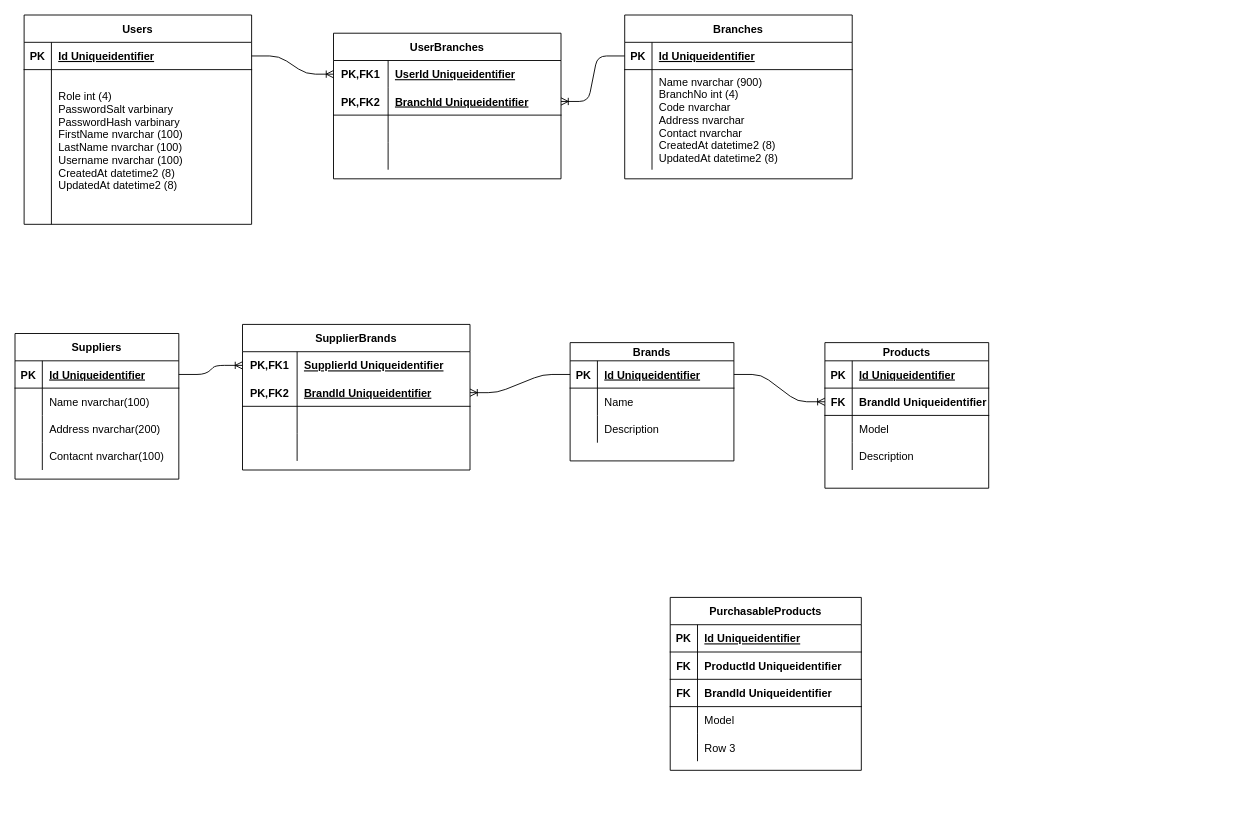
The draw.io diagram diagrams/Database Diagram.drawio in inyormanjr/CA.ERP, before the edit. Source tidied: cells renumbered, new cells numbered last; positions are measured from the earlier drawing's top-left corner, leaving out a move shared by most shapes. Both pictures are drawn from the tidied source at 91%, with x=0, y=0 at pixel (15, 15).
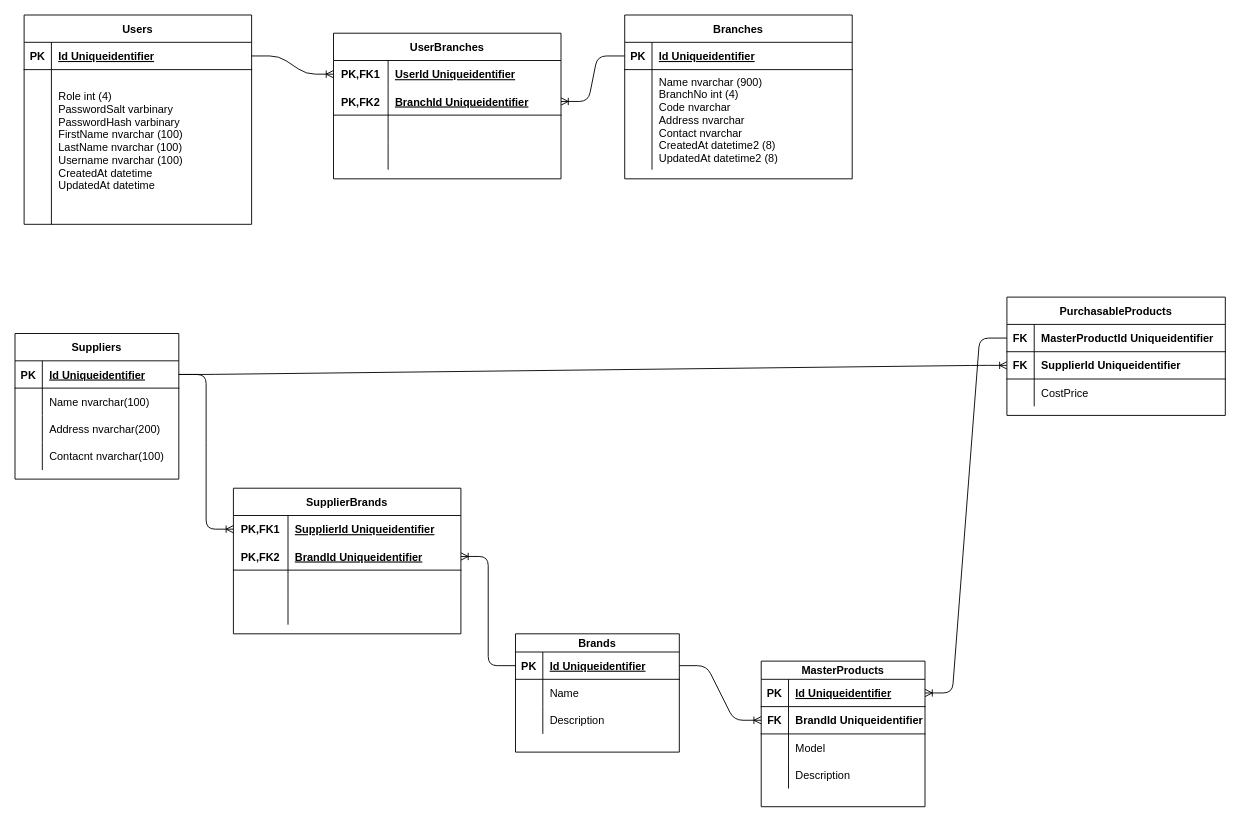
The same diagram, later.

The change refers to these unchanged cells:
```xml
<mxCell id="13" style="shape=partialRectangle;fillColor=none;top=0;left=0;right=0;bottom=0;" parent="9" vertex="1">
  <mxGeometry y="60" width="250" height="170" as="geometry" />
</mxCell>
<mxCell id="32" style="shape=partialRectangle;fillColor=none;top=0;left=0;bottom=1;right=0;points=[[0,0.5],[1,0.5]];portConstraint=eastwest;" parent="31" vertex="1">
  <mxGeometry y="30" width="180" height="30" as="geometry" />
</mxCell>
<mxCell id="71" style="shape=partialRectangle;fillColor=none;top=0;left=0;bottom=0;right=0;points=[[0,0.5],[1,0.5]];portConstraint=eastwest;" parent="70" vertex="1">
  <mxGeometry y="30" width="250" height="30" as="geometry" />
</mxCell>
<mxCell id="87" style="shape=partialRectangle;fillColor=none;top=0;left=0;bottom=1;right=0;points=[[0,0.5],[1,0.5]];portConstraint=eastwest;" parent="86" vertex="1">
  <mxGeometry y="20" width="180" height="30" as="geometry" />
</mxCell>
```

Diff of the diagram source:
```diff
@@
-    <mxCell id="15" value="Role int (4)&#10;PasswordSalt varbinary &#10;PasswordHash varbinary &#10;FirstName nvarchar (100)&#10;LastName nvarchar (100)&#10;Username nvarchar (100)&#10;CreatedAt datetime2 (8)&#10;UpdatedAt datetime2 (8)&#10;" style="shape=partialRectangle;overflow=hidden;fillColor=none;top=0;left=0;bottom=0;right=0;align=left;spacingLeft=6;" parent="13" vertex="1">
+    <mxCell id="15" value="Role int (4)&#10;PasswordSalt varbinary &#10;PasswordHash varbinary &#10;FirstName nvarchar (100)&#10;LastName nvarchar (100)&#10;Username nvarchar (100)&#10;CreatedAt datetime&#10;UpdatedAt datetime&#10;" style="shape=partialRectangle;overflow=hidden;fillColor=none;top=0;left=0;bottom=0;right=0;align=left;spacingLeft=6;" parent="13" vertex="1">
       <mxGeometry x="30" width="220" height="170" as="geometry" />
     </mxCell>
@@
     <mxCell id="44" value="Brands" style="shape=table;startSize=20;childLayout=tableLayout;rowLines=0;fontStyle=1;align=center;" parent="1" vertex="1">
-      <mxGeometry x="610" y="360" width="180" height="130" as="geometry" />
+      <mxGeometry x="550" y="680" width="180" height="130" as="geometry" />
     </mxCell>
@@
     <mxCell id="54" value="PurchasableProducts" style="shape=table;startSize=30;childLayout=tableLayout;rowLines=0;fontStyle=1;align=center;" parent="1" vertex="1">
-      <mxGeometry x="720" y="640" width="210" height="190" as="geometry" />
+      <mxGeometry x="1090" y="310" width="240" height="130" as="geometry" />
     </mxCell>
-    <mxCell id="55" style="shape=partialRectangle;fillColor=none;top=0;left=0;bottom=1;right=0;" parent="54" vertex="1">
-      <mxGeometry y="30" width="210" height="30" as="geometry" />
-    </mxCell>
-    <mxCell id="56" value="PK" style="shape=partialRectangle;fillColor=none;top=0;left=0;bottom=0;right=0;fontStyle=1;overflow=hidden;" parent="55" vertex="1">
-      <mxGeometry width="30" height="30" as="geometry" />
-    </mxCell>
-    <mxCell id="57" value="Id Uniqueidentifier" style="shape=partialRectangle;fillColor=none;top=0;left=0;bottom=0;right=0;align=left;spacingLeft=6;fontStyle=5;overflow=hidden;" parent="55" vertex="1">
-      <mxGeometry x="30" width="180" height="30" as="geometry" />
-    </mxCell>
     <mxCell id="58" style="shape=partialRectangle;fillColor=none;top=0;left=0;bottom=1;right=0;points=[[0,0.5],[1,0.5]];portConstraint=eastwest;" parent="54" vertex="1">
-      <mxGeometry y="60" width="210" height="30" as="geometry" />
+      <mxGeometry y="30" width="240" height="30" as="geometry" />
     </mxCell>
@@
-    <mxCell id="60" value="ProductId Uniqueidentifier" style="shape=partialRectangle;fillColor=none;top=0;left=0;bottom=0;right=0;align=left;spacingLeft=6;overflow=hidden;fontStyle=1;" parent="58" vertex="1">
-      <mxGeometry x="30" width="180" height="30" as="geometry" />
+    <mxCell id="60" value="MasterProductId Uniqueidentifier" style="shape=partialRectangle;fillColor=none;top=0;left=0;bottom=0;right=0;align=left;spacingLeft=6;overflow=hidden;fontStyle=1;" parent="58" vertex="1">
+      <mxGeometry x="30" width="210" height="30" as="geometry" />
     </mxCell>
     <mxCell id="61" style="shape=partialRectangle;fillColor=none;top=0;left=0;bottom=1;right=0;points=[[0,0.5],[1,0.5]];portConstraint=eastwest;" parent="54" vertex="1">
-      <mxGeometry y="90" width="210" height="30" as="geometry" />
+      <mxGeometry y="60" width="240" height="30" as="geometry" />
     </mxCell>
@@
-    <mxCell id="63" value="BrandId Uniqueidentifier" style="shape=partialRectangle;fillColor=none;top=0;left=0;bottom=0;right=0;align=left;spacingLeft=6;overflow=hidden;fontStyle=1;" parent="61" vertex="1">
-      <mxGeometry x="30" width="180" height="30" as="geometry" />
+    <mxCell id="63" value="SupplierId Uniqueidentifier" style="shape=partialRectangle;fillColor=none;top=0;left=0;bottom=0;right=0;align=left;spacingLeft=6;overflow=hidden;fontStyle=1;" parent="61" vertex="1">
+      <mxGeometry x="30" width="210" height="30" as="geometry" />
     </mxCell>
     <mxCell id="64" style="shape=partialRectangle;fillColor=none;top=0;left=0;bottom=0;right=0;" parent="54" vertex="1">
-      <mxGeometry y="120" width="210" height="30" as="geometry" />
+      <mxGeometry y="90" width="240" height="30" as="geometry" />
     </mxCell>
@@
-    <mxCell id="66" value="Model" style="shape=partialRectangle;fillColor=none;top=0;left=0;bottom=0;right=0;align=left;spacingLeft=6;overflow=hidden;" parent="64" vertex="1">
-      <mxGeometry x="30" width="180" height="30" as="geometry" />
+    <mxCell id="66" value="CostPrice" style="shape=partialRectangle;fillColor=none;top=0;left=0;bottom=0;right=0;align=left;spacingLeft=6;overflow=hidden;" parent="64" vertex="1">
+      <mxGeometry x="30" width="210" height="30" as="geometry" />
     </mxCell>
-    <mxCell id="67" style="shape=partialRectangle;fillColor=none;top=0;left=0;bottom=0;right=0;" parent="54" vertex="1">
-      <mxGeometry y="150" width="210" height="30" as="geometry" />
-    </mxCell>
-    <mxCell id="68" style="shape=partialRectangle;fillColor=none;top=0;left=0;bottom=0;right=0;overflow=hidden;" parent="67" vertex="1">
-      <mxGeometry width="30" height="30" as="geometry" />
-    </mxCell>
-    <mxCell id="69" value="Row 3" style="shape=partialRectangle;fillColor=none;top=0;left=0;bottom=0;right=0;align=left;spacingLeft=6;overflow=hidden;" parent="67" vertex="1">
-      <mxGeometry x="30" width="180" height="30" as="geometry" />
-    </mxCell>
     <mxCell id="70" value="SupplierBrands" style="shape=table;startSize=30;childLayout=tableLayout;rowLines=0;fontStyle=1;align=center;" parent="1" vertex="1">
-      <mxGeometry x="250" y="340" width="250" height="160" as="geometry" />
+      <mxGeometry x="240" y="520" width="250" height="160" as="geometry" />
     </mxCell>
@@
-    <mxCell id="83" style="edgeStyle=entityRelationEdgeStyle;fontSize=12;html=1;endArrow=ERoneToMany;exitX=1;exitY=0.5;exitDx=0;exitDy=0;" parent="1" edge="1" source="32" target="71">
+    <mxCell id="83" style="edgeStyle=entityRelationEdgeStyle;fontSize=12;html=1;endArrow=ERoneToMany;exitX=1;exitY=0.5;exitDx=0;exitDy=0;entryX=0;entryY=0.5;entryDx=0;entryDy=0;" parent="1" edge="1" source="32" target="71">
       <mxGeometry relative="1" as="geometry" />
     </mxCell>
@@
-    <mxCell id="86" value="Products" style="shape=table;startSize=20;childLayout=tableLayout;rowLines=0;fontStyle=1;align=center;" parent="1" vertex="1">
-      <mxGeometry x="890" y="360" width="180" height="160" as="geometry" />
+    <mxCell id="86" value="MasterProducts" style="shape=table;startSize=20;childLayout=tableLayout;rowLines=0;fontStyle=1;align=center;" parent="1" vertex="1">
+      <mxGeometry x="820" y="710" width="180" height="160" as="geometry" />
     </mxCell>
@@
+    <mxCell id="99" style="edgeStyle=entityRelationEdgeStyle;fontSize=12;html=1;endArrow=ERoneToMany;entryX=1;entryY=0.5;entryDx=0;entryDy=0;" parent="1" edge="1" source="58" target="87">
+      <mxGeometry relative="1" as="geometry" />
+    </mxCell>
+    <mxCell id="100" style="edgeStyle=entityRelationEdgeStyle;fontSize=12;html=1;endArrow=ERoneToMany;" parent="1" edge="1" source="32" target="61">
+      <mxGeometry relative="1" as="geometry" />
+    </mxCell>
```
